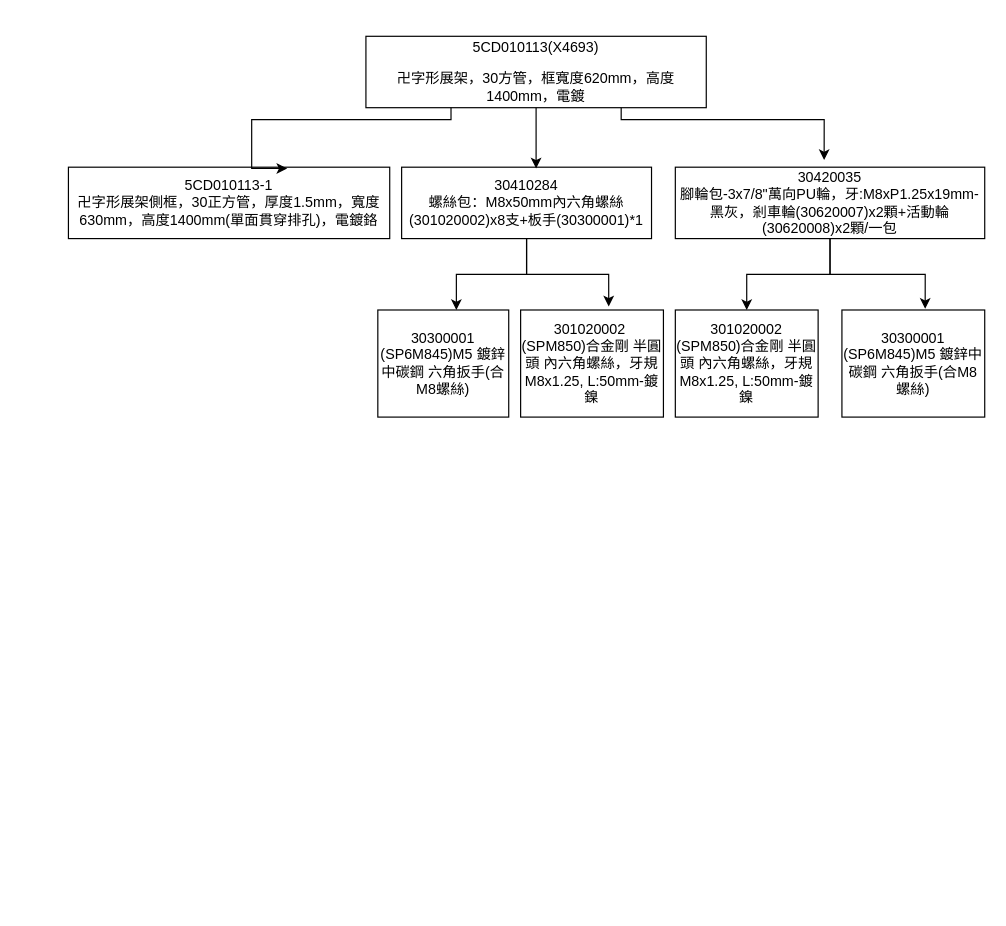
Bear9501/box-1 keeps this draw.io diagram as 未命名绘图.drawio. Above is the earlier version. Source tidied: cells renumbered, new cells numbered last; positions are measured from the earlier drawing's top-left corner, leaving out a move shared by most shapes. Both pictures are drawn from the tidied source at 119%, with x=0, y=0 at pixel (68, 36).
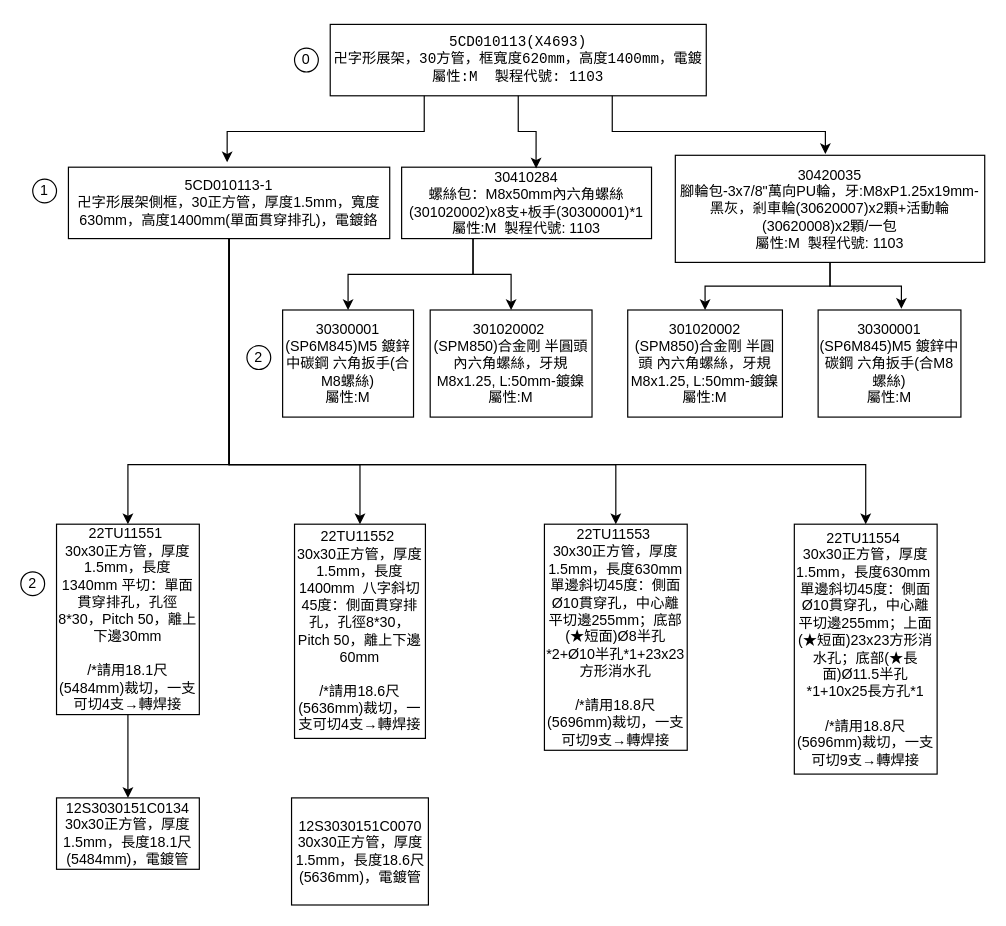
The same diagram, later.

Commit message (it also covers changes not shown here):
更新未命名绘图.drawio

The change refers to these unchanged cells:
```xml
<mxCell id="3" value="5CD010113-1&lt;div&gt;卍字形展架側框，30正方管，厚度1.5mm，寬度630mm，高度1400mm(單面貫穿排孔)，電鍍鉻&lt;br&gt;&lt;/div&gt;" style="rounded=0;whiteSpace=wrap;html=1;" parent="1" vertex="1">
  <mxGeometry y="110" width="270" height="60" as="geometry" />
</mxCell>
```

What changed in the source:
```diff
@@
-    <mxCell id="2" value="&lt;p class=&quot;MsoNormal&quot;&gt;&lt;span lang=&quot;EN-US&quot;&gt;5CD010113(X4693)&lt;/span&gt;&lt;/p&gt;&lt;p class=&quot;MsoNormal&quot;&gt;&lt;span lang=&quot;EN-US&quot;&gt;卍字形展架，30方管，框寬度620mm，高度1400mm，電鍍&lt;/span&gt;&lt;/p&gt;" style="rounded=0;whiteSpace=wrap;html=1;" parent="1" vertex="1">
-      <mxGeometry x="250" width="286" height="60" as="geometry" />
+    <mxCell id="2" value="&lt;pre&gt;5CD010113(X4693)&lt;br&gt;卍字形展架，30方管，框寬度620mm，高度1400mm，電鍍&lt;br&gt;屬性:M&amp;nbsp; 製程代號: 1103&lt;/pre&gt;" style="rounded=0;whiteSpace=wrap;html=1;align=center;" parent="1" vertex="1">
+      <mxGeometry x="220" y="-10" width="316" height="60" as="geometry" />
     </mxCell>
+    <mxCell id="17" style="edgeStyle=orthogonalEdgeStyle;rounded=0;jettySize=auto;html=1;entryX=0.5;entryY=0;entryDx=0;entryDy=0;" parent="1" edge="1" source="3" target="22">
+      <mxGeometry relative="1" as="geometry">
+        <Array as="points">
+          <mxPoint x="135" y="360" />
+          <mxPoint x="50" y="360" />
+        </Array>
+      </mxGeometry>
+    </mxCell>
+    <mxCell id="18" style="edgeStyle=orthogonalEdgeStyle;rounded=0;jettySize=auto;html=1;entryX=0.5;entryY=0;entryDx=0;entryDy=0;" parent="1" edge="1" source="3" target="25">
+      <mxGeometry relative="1" as="geometry">
+        <Array as="points">
+          <mxPoint x="135" y="360" />
+          <mxPoint x="670" y="360" />
+        </Array>
+      </mxGeometry>
+    </mxCell>
+    <mxCell id="19" style="edgeStyle=orthogonalEdgeStyle;rounded=0;jettySize=auto;html=1;entryX=0.5;entryY=0;entryDx=0;entryDy=0;" parent="1" edge="1" source="3" target="24">
+      <mxGeometry relative="1" as="geometry">
+        <Array as="points">
+          <mxPoint x="135" y="360" />
+          <mxPoint x="460" y="360" />
+        </Array>
+      </mxGeometry>
+    </mxCell>
+    <mxCell id="20" style="edgeStyle=orthogonalEdgeStyle;rounded=0;jettySize=auto;html=1;entryX=0.5;entryY=0;entryDx=0;entryDy=0;" parent="1" edge="1" source="3" target="23">
+      <mxGeometry relative="1" as="geometry">
+        <Array as="points">
+          <mxPoint x="135" y="360" />
+          <mxPoint x="245" y="360" />
+        </Array>
+      </mxGeometry>
+    </mxCell>
@@
+    <mxCell id="14" style="edgeStyle=orthogonalEdgeStyle;rounded=0;jettySize=auto;html=1;" parent="1" edge="1" source="4" target="13">
+      <mxGeometry relative="1" as="geometry">
+        <Array as="points">
+          <mxPoint x="340" y="200" />
+          <mxPoint x="235" y="200" />
+        </Array>
+      </mxGeometry>
+    </mxCell>
+    <mxCell id="15" style="edgeStyle=orthogonalEdgeStyle;rounded=0;jettySize=auto;html=1;entryX=0.5;entryY=0;entryDx=0;entryDy=0;" parent="1" edge="1" source="4" target="12">
+      <mxGeometry relative="1" as="geometry">
+        <Array as="points">
+          <mxPoint x="340" y="200" />
+          <mxPoint x="372" y="200" />
+        </Array>
+      </mxGeometry>
+    </mxCell>
-    <mxCell id="4" value="&lt;div&gt;30410284&lt;br&gt;&lt;/div&gt;螺絲包：M8x50mm內六角螺絲(301020002)x8支+板手(30300001)*1" style="rounded=0;whiteSpace=wrap;html=1;" parent="1" vertex="1">
+    <mxCell id="4" value="&lt;p&gt;30410284&lt;br&gt;螺絲包：M8x50mm內六角螺絲(301020002)x8支+板手(30300001)*1&lt;br&gt;屬性:M&amp;nbsp; 製程代號: 1103&lt;/p&gt;" style="rounded=0;whiteSpace=wrap;html=1;" parent="1" vertex="1">
       <mxGeometry x="280" y="110" width="210" height="60" as="geometry" />
     </mxCell>
@@
-    <mxCell id="6" value="30420035&lt;div&gt;腳輪包-3x7/8&quot;萬向PU輪，牙:M8xP1.25x19mm-黑灰，剎車輪(30620007)x2顆+活動輪(30620008)x2顆/一包&lt;br&gt;&lt;/div&gt;" style="rounded=0;whiteSpace=wrap;html=1;" parent="1" vertex="1">
-      <mxGeometry x="510" y="110" width="260" height="60" as="geometry" />
+    <mxCell id="6" value="30420035&lt;div&gt;腳輪包-3x7/8&quot;萬向PU輪，牙:M8xP1.25x19mm-黑灰，剎車輪(30620007)x2顆+活動輪(30620008)x2顆/一包&lt;br&gt;&lt;/div&gt;&lt;div&gt;屬性:M&amp;nbsp; 製程代號: 1103&lt;br&gt;&lt;/div&gt;" style="rounded=0;whiteSpace=wrap;html=1;" parent="1" vertex="1">
+      <mxGeometry x="510" y="100" width="260" height="90" as="geometry" />
     </mxCell>
@@
-    <mxCell id="8" style="edgeStyle=orthogonalEdgeStyle;rounded=0;jettySize=auto;html=1;exitX=0.25;exitY=1;exitDx=0;exitDy=0;entryX=0.681;entryY=0.017;entryDx=0;entryDy=0;entryPerimeter=0;" parent="1" edge="1" source="2" target="3">
-      <mxGeometry relative="1" as="geometry">
-        <Array as="points">
-          <mxPoint x="322" y="70" />
-          <mxPoint x="154" y="70" />
-        </Array>
-      </mxGeometry>
-    </mxCell>
-    <mxCell id="9" style="edgeStyle=orthogonalEdgeStyle;rounded=0;jettySize=auto;html=1;exitX=0.75;exitY=1;exitDx=0;exitDy=0;entryX=0.481;entryY=-0.1;entryDx=0;entryDy=0;entryPerimeter=0;" parent="1" edge="1" source="2" target="6">
+    <mxCell id="9" style="edgeStyle=orthogonalEdgeStyle;rounded=0;jettySize=auto;html=1;exitX=0.75;exitY=1;exitDx=0;exitDy=0;entryX=0.485;entryY=-0.011;entryDx=0;entryDy=0;entryPerimeter=0;" parent="1" edge="1" source="2" target="6">
       <mxGeometry relative="1" as="geometry">
         <Array as="points">
-          <mxPoint x="465" y="70" />
-          <mxPoint x="635" y="70" />
+          <mxPoint x="457" y="80" />
+          <mxPoint x="636" y="80" />
         </Array>
       </mxGeometry>
     </mxCell>
-    <mxCell id="10" value="301020002&lt;div&gt;(SPM850)合金剛 半圓頭 內六角螺絲，牙規M8x1.25, L:50mm-鍍鎳&lt;br&gt;&lt;/div&gt;" style="rounded=0;whiteSpace=wrap;html=1;" parent="1" vertex="1">
-      <mxGeometry x="510" y="230" width="120" height="90" as="geometry" />
+    <mxCell id="10" value="301020002&lt;div&gt;(SPM850)合金剛 半圓頭 內六角螺絲，牙規M8x1.25, L:50mm-鍍鎳&lt;br&gt;&lt;/div&gt;&lt;div&gt;屬性:M&lt;br&gt;&lt;/div&gt;" style="rounded=0;whiteSpace=wrap;html=1;" parent="1" vertex="1">
+      <mxGeometry x="470" y="230" width="130" height="90" as="geometry" />
     </mxCell>
-    <mxCell id="11" value="30300001&lt;div&gt;(SP6M845)M5 鍍鋅中碳鋼 六角扳手(合M8螺絲)&lt;br&gt;&lt;/div&gt;" style="rounded=0;whiteSpace=wrap;html=1;" parent="1" vertex="1">
-      <mxGeometry x="650" y="230" width="120" height="90" as="geometry" />
+    <mxCell id="11" value="30300001&lt;div&gt;(SP6M845)M5 鍍鋅中碳鋼 六角扳手(合M8螺絲)&lt;br&gt;&lt;/div&gt;&lt;div&gt;屬性:M&lt;br&gt;&lt;/div&gt;" style="rounded=0;whiteSpace=wrap;html=1;" parent="1" vertex="1">
+      <mxGeometry x="630" y="230" width="120" height="90" as="geometry" />
     </mxCell>
-    <mxCell id="12" value="301020002&amp;nbsp;&lt;div&gt;(SPM850)合金剛 半圓頭 內六角螺絲，牙規M8x1.25, L:50mm-鍍鎳&lt;/div&gt;" style="rounded=0;whiteSpace=wrap;html=1;" parent="1" vertex="1">
-      <mxGeometry x="380" y="230" width="120" height="90" as="geometry" />
+    <mxCell id="12" value="301020002&amp;nbsp;&lt;div&gt;(SPM850)合金剛 半圓頭 內六角螺絲，牙規M8x1.25, L:50mm-鍍鎳&lt;/div&gt;&lt;div&gt;屬性:M&lt;br&gt;&lt;/div&gt;" style="rounded=0;whiteSpace=wrap;html=1;" parent="1" vertex="1">
+      <mxGeometry x="304" y="230" width="136" height="90" as="geometry" />
     </mxCell>
-    <mxCell id="13" value="30300001 (SP6M845)M5 鍍鋅中碳鋼 六角扳手(合M8螺絲)" style="rounded=0;whiteSpace=wrap;html=1;" parent="1" vertex="1">
-      <mxGeometry x="260" y="230" width="110" height="90" as="geometry" />
+    <mxCell id="13" value="30300001 (SP6M845)M5 鍍鋅中碳鋼 六角扳手(合M8螺絲)&lt;div&gt;屬性:M&lt;br&gt;&lt;/div&gt;" style="rounded=0;whiteSpace=wrap;html=1;" parent="1" vertex="1">
+      <mxGeometry x="180" y="230" width="110" height="90" as="geometry" />
     </mxCell>
-    <mxCell id="14" style="edgeStyle=orthogonalEdgeStyle;rounded=0;jettySize=auto;html=1;entryX=0.6;entryY=0;entryDx=0;entryDy=0;entryPerimeter=0;" parent="1" edge="1" source="4" target="13">
-      <mxGeometry relative="1" as="geometry">
-        <Array as="points">
-          <mxPoint x="385" y="200" />
-          <mxPoint x="326" y="200" />
-        </Array>
-      </mxGeometry>
-    </mxCell>
-    <mxCell id="15" style="edgeStyle=orthogonalEdgeStyle;rounded=0;jettySize=auto;html=1;entryX=0.617;entryY=-0.033;entryDx=0;entryDy=0;entryPerimeter=0;" parent="1" edge="1" source="4" target="12">
-      <mxGeometry relative="1" as="geometry" />
-    </mxCell>
@@
+    <mxCell id="8" style="edgeStyle=orthogonalEdgeStyle;rounded=0;jettySize=auto;html=1;exitX=0.25;exitY=1;exitDx=0;exitDy=0;entryX=0.494;entryY=-0.068;entryDx=0;entryDy=0;entryPerimeter=0;" parent="1" edge="1" source="2" target="3">
+      <mxGeometry relative="1" as="geometry" />
+    </mxCell>
+    <mxCell id="21" style="edgeStyle=orthogonalEdgeStyle;rounded=0;jettySize=auto;html=1;entryX=0.5;entryY=0;entryDx=0;entryDy=0;" parent="1" edge="1" source="22" target="26">
+      <mxGeometry relative="1" as="geometry" />
+    </mxCell>
+    <mxCell id="22" value="22TU11551&amp;nbsp;&lt;div&gt;30x30正方管，厚度1.5mm，長度1340mm 平切：單面貫穿排孔，孔徑8*30，Pitch 50，離上下邊30mm&lt;/div&gt;&lt;div&gt;&lt;br&gt;&lt;/div&gt;&lt;div&gt;/*&lt;span style=&quot;background-color: initial;&quot;&gt;請用18.1尺(5484mm)裁切，一支可切4支→轉焊接&lt;/span&gt;&lt;/div&gt;" style="rounded=0;whiteSpace=wrap;html=1;" parent="1" vertex="1">
+      <mxGeometry x="-10" y="410" width="120" height="160" as="geometry" />
+    </mxCell>
+    <mxCell id="23" value="22TU11552&amp;nbsp;&lt;div&gt;30x30正方管，厚度1.5mm，長度1400mm&amp;nbsp; 八字斜切45度：側面貫穿排孔，孔徑8*30，Pitch 50，離上下邊60mm&lt;/div&gt;&lt;div&gt;&lt;br&gt;&lt;/div&gt;&lt;div&gt;/*&lt;span style=&quot;background-color: initial;&quot;&gt;請用18.6尺(5636mm)裁切，一支可切4支→轉焊接&lt;/span&gt;&lt;/div&gt;" style="rounded=0;whiteSpace=wrap;html=1;" parent="1" vertex="1">
+      <mxGeometry x="190" y="410" width="110" height="180" as="geometry" />
+    </mxCell>
+    <mxCell id="24" value="22TU11553&amp;nbsp;&lt;div&gt;30x30正方管，厚度1.5mm，長度630mm 單邊斜切45度：側面Ø10貫穿孔，中心離平切邊255mm；底部(★短面)Ø8半孔*2+Ø10半孔*1+23x23方形消水孔&lt;/div&gt;&lt;div&gt;&lt;br&gt;&lt;/div&gt;&lt;div&gt;/&lt;span style=&quot;background-color: initial;&quot;&gt;*請用18.8尺(5696mm)裁切，一支可切9支→轉焊接&lt;/span&gt;&lt;/div&gt;" style="rounded=0;whiteSpace=wrap;html=1;" parent="1" vertex="1">
+      <mxGeometry x="400" y="410" width="120" height="190" as="geometry" />
+    </mxCell>
+    <mxCell id="25" value="22TU11554&amp;nbsp;&lt;div&gt;30x30正方管，厚度1.5mm，長度630mm&amp;nbsp; 單邊斜切45度：側面Ø10貫穿孔，中心離平切邊255mm；上面(★短面)23x23方形消水孔；底部(★長面)Ø11.5半孔*1+10x25長方孔*1&lt;/div&gt;&lt;div&gt;&lt;br&gt;&lt;/div&gt;&lt;div&gt;/*請用18.8尺(5696mm)裁切，一支可切9支→轉焊接&lt;br&gt;&lt;/div&gt;" style="rounded=0;whiteSpace=wrap;html=1;" parent="1" vertex="1">
+      <mxGeometry x="610" y="410" width="120" height="210" as="geometry" />
+    </mxCell>
+    <mxCell id="26" value="12S3030151C0134 30x30正方管，厚度1.5mm，長度18.1尺(5484mm)，電鍍管" style="rounded=0;whiteSpace=wrap;html=1;" parent="1" vertex="1">
+      <mxGeometry x="-10" y="640" width="120" height="60" as="geometry" />
+    </mxCell>
+    <mxCell id="27" value="12S3030151C0070 30x30正方管，厚度1.5mm，長度18.6尺(5636mm)，電鍍管" style="rounded=0;whiteSpace=wrap;html=1;" parent="1" vertex="1">
+      <mxGeometry x="187.5" y="640" width="115" height="90" as="geometry" />
+    </mxCell>
+    <mxCell id="28" value="0" style="ellipse;whiteSpace=wrap;html=1;" parent="1" vertex="1">
+      <mxGeometry x="190" y="10" width="20" height="20" as="geometry" />
+    </mxCell>
+    <mxCell id="29" value="1" style="ellipse;whiteSpace=wrap;html=1;" parent="1" vertex="1">
+      <mxGeometry x="-30" y="120" width="20" height="20" as="geometry" />
+    </mxCell>
+    <mxCell id="30" value="2" style="ellipse;whiteSpace=wrap;html=1;" parent="1" vertex="1">
+      <mxGeometry x="150" y="260" width="20" height="20" as="geometry" />
+    </mxCell>
+    <mxCell id="31" value="2" style="ellipse;whiteSpace=wrap;html=1;" parent="1" vertex="1">
+      <mxGeometry x="-40" y="450" width="20" height="20" as="geometry" />
+    </mxCell>
```
